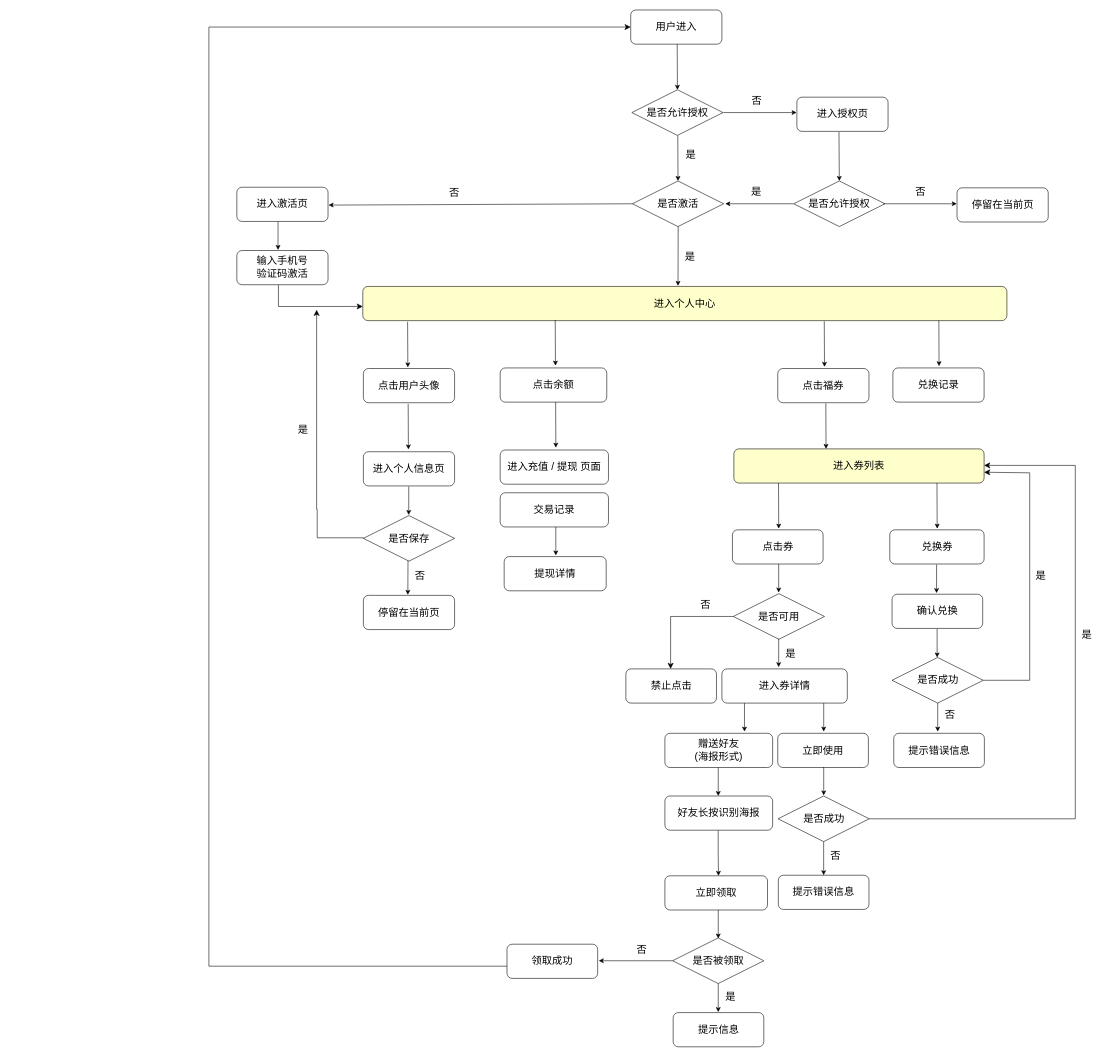
13717135460/vue-admin keeps this draw.io diagram as 未命名绘图.drawio. Above is the earlier version. Source tidied: cells renumbered, new cells numbered last; positions are measured from the earlier drawing's top-left corner, leaving out a move shared by most shapes. Both pictures are drawn from the tidied source at 57%, with x=0, y=0 at pixel (209, 10).
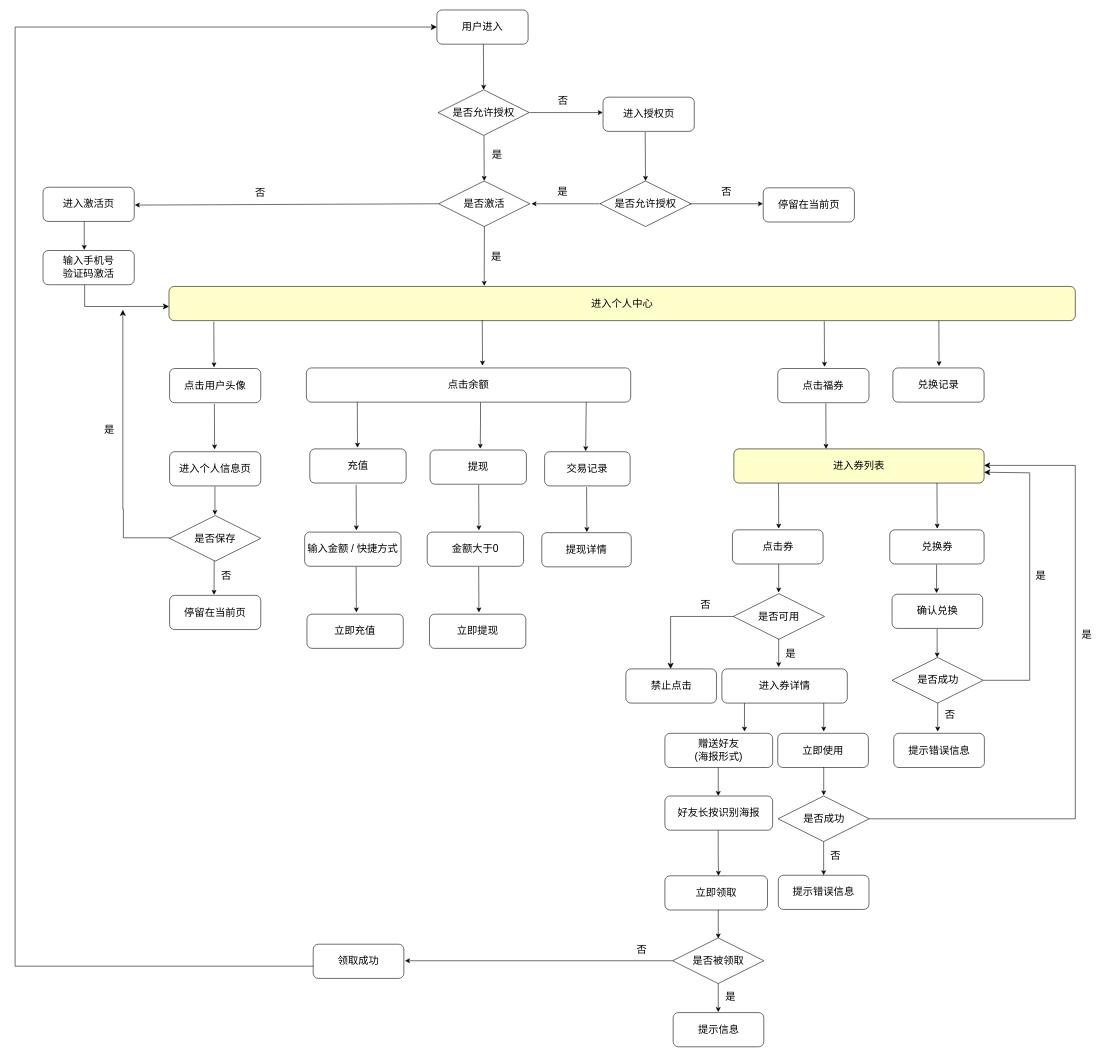
The same page after the edit.

Commit message:
更新未命名绘图.drawio

The change refers to these unchanged cells:
```xml
<mxCell id="88" value="&lt;font style=&quot;font-size: 18px;&quot;&gt;是否被领取&lt;/font&gt;" style="rhombus;whiteSpace=wrap;html=1;" parent="1" vertex="1">
  <mxGeometry x="813.5" y="1628" width="160" height="80" as="geometry" />
</mxCell>
```

Change to the diagram source:
```diff
@@
     <mxCell id="2" value="&lt;font style=&quot;font-size: 18px;&quot;&gt;是否激活&lt;/font&gt;" style="rhombus;whiteSpace=wrap;html=1;" parent="1" vertex="1">
-      <mxGeometry x="743" y="300" width="160" height="80" as="geometry" />
+      <mxGeometry x="403" y="300" width="160" height="80" as="geometry" />
     </mxCell>
     <mxCell id="3" style="endArrow=classic;html=1;rounded=0;" parent="1" edge="1">
       <mxGeometry relative="1" as="geometry">
-        <mxPoint x="823.3" y="380" as="sourcePoint" />
-        <mxPoint x="823" y="484" as="targetPoint" />
+        <mxPoint x="483.3" y="380" as="sourcePoint" />
+        <mxPoint x="483" y="484" as="targetPoint" />
       </mxGeometry>
     </mxCell>
     <mxCell id="4" value="&lt;font style=&quot;font-size: 18px;&quot;&gt;是&lt;/font&gt;" style="text;html=1;align=center;verticalAlign=middle;strokeColor=none;fillColor=none;" parent="1" vertex="1">
-      <mxGeometry x="824" y="413" width="40" height="40" as="geometry" />
+      <mxGeometry x="484" y="413" width="40" height="40" as="geometry" />
     </mxCell>
     <mxCell id="5" style="endArrow=classic;html=1;rounded=0;exitX=0;exitY=0.5;exitDx=0;exitDy=0;" parent="1" edge="1" source="2">
       <mxGeometry relative="1" as="geometry">
-        <mxPoint x="210" y="342.3" as="targetPoint" />
+        <mxPoint x="-130" y="342.3" as="targetPoint" />
       </mxGeometry>
     </mxCell>
     <mxCell id="6" value="&lt;font style=&quot;font-size: 18px;&quot;&gt;否&lt;/font&gt;" style="text;html=1;align=center;verticalAlign=middle;strokeColor=none;fillColor=none;" parent="1" vertex="1">
-      <mxGeometry x="410" y="301" width="40" height="40" as="geometry" />
+      <mxGeometry x="70" y="301" width="40" height="40" as="geometry" />
     </mxCell>
     <mxCell id="7" value="&lt;font style=&quot;font-size: 18px;&quot;&gt;进入个人中心&lt;/font&gt;" style="rounded=1;whiteSpace=wrap;html=1;fillColor=#FFFFCC;" parent="1" vertex="1">
-      <mxGeometry x="270" y="485" width="1130" height="60" as="geometry" />
+      <mxGeometry x="-70" y="485" width="1590" height="60" as="geometry" />
     </mxCell>
     <mxCell id="8" value="&lt;font style=&quot;font-size: 18px;&quot;&gt;进入激活页&lt;/font&gt;" style="rounded=1;whiteSpace=wrap;html=1;" parent="1" vertex="1">
-      <mxGeometry x="49" y="311" width="160" height="60" as="geometry" />
+      <mxGeometry x="-291" y="311" width="160" height="60" as="geometry" />
     </mxCell>
     <mxCell id="9" style="edgeStyle=segmentEdgeStyle;endArrow=classic;html=1;curved=0;rounded=0;endSize=8;startSize=8;entryX=0;entryY=0.586;entryDx=0;entryDy=0;entryPerimeter=0;" parent="1" edge="1" target="7">
       <mxGeometry relative="1" as="geometry">
-        <mxPoint x="122" y="480" as="sourcePoint" />
+        <mxPoint x="-218" y="480" as="sourcePoint" />
         <Array as="points">
-          <mxPoint x="122" y="520" />
+          <mxPoint x="-218" y="520" />
         </Array>
       </mxGeometry>
     </mxCell>
     <mxCell id="10" value="&lt;font style=&quot;font-size: 18px;&quot;&gt;输入手机号&lt;br&gt;验证码激活&lt;br&gt;&lt;/font&gt;" style="rounded=1;whiteSpace=wrap;html=1;" parent="1" vertex="1">
-      <mxGeometry x="49" y="422" width="160" height="60" as="geometry" />
+      <mxGeometry x="-291" y="422" width="160" height="60" as="geometry" />
     </mxCell>
     <mxCell id="11" style="endArrow=classic;html=1;rounded=0;" parent="1" edge="1">
       <mxGeometry relative="1" as="geometry">
-        <mxPoint x="121.3" y="371" as="sourcePoint" />
-        <mxPoint x="121.3" y="421" as="targetPoint" />
+        <mxPoint x="-218.7" y="371" as="sourcePoint" />
+        <mxPoint x="-218.7" y="421" as="targetPoint" />
       </mxGeometry>
     </mxCell>
     <mxCell id="12" style="endArrow=classic;html=1;rounded=0;" parent="1" edge="1">
       <mxGeometry relative="1" as="geometry">
-        <mxPoint x="348.6" y="547" as="sourcePoint" />
-        <mxPoint x="349" y="627" as="targetPoint" />
+        <mxPoint x="8.6" y="547" as="sourcePoint" />
+        <mxPoint x="9" y="627" as="targetPoint" />
       </mxGeometry>
     </mxCell>
     <mxCell id="13" style="endArrow=classic;html=1;rounded=0;" parent="1" edge="1">
       <mxGeometry relative="1" as="geometry">
-        <mxPoint x="822.6" y="220" as="sourcePoint" />
-        <mxPoint x="823" y="300" as="targetPoint" />
+        <mxPoint x="482.6" y="220" as="sourcePoint" />
+        <mxPoint x="483" y="300" as="targetPoint" />
       </mxGeometry>
     </mxCell>
     <mxCell id="14" value="&lt;font style=&quot;font-size: 18px;&quot;&gt;点击用户头像&lt;/font&gt;" style="rounded=1;whiteSpace=wrap;html=1;" parent="1" vertex="1">
-      <mxGeometry x="271" y="629" width="160" height="60" as="geometry" />
+      <mxGeometry x="-69" y="629" width="160" height="60" as="geometry" />
     </mxCell>
     <mxCell id="15" style="endArrow=classic;html=1;rounded=0;" parent="1" edge="1">
       <mxGeometry relative="1" as="geometry">
-        <mxPoint x="349.6" y="691" as="sourcePoint" />
-        <mxPoint x="350" y="771" as="targetPoint" />
+        <mxPoint x="9.6" y="691" as="sourcePoint" />
+        <mxPoint x="10" y="771" as="targetPoint" />
       </mxGeometry>
     </mxCell>
     <mxCell id="16" value="&lt;font style=&quot;font-size: 18px;&quot;&gt;进入个人信息页&lt;/font&gt;" style="rounded=1;whiteSpace=wrap;html=1;" parent="1" vertex="1">
-      <mxGeometry x="271" y="775" width="160" height="60" as="geometry" />
+      <mxGeometry x="-69" y="775" width="160" height="60" as="geometry" />
     </mxCell>
     <mxCell id="17" value="&lt;font style=&quot;font-size: 18px;&quot;&gt;是否保存&lt;/font&gt;" style="rhombus;whiteSpace=wrap;html=1;" parent="1" vertex="1">
-      <mxGeometry x="271" y="887" width="160" height="80" as="geometry" />
+      <mxGeometry x="-69" y="887" width="160" height="80" as="geometry" />
     </mxCell>
     <mxCell id="18" style="endArrow=classic;html=1;rounded=0;" parent="1" edge="1">
       <mxGeometry relative="1" as="geometry">
-        <mxPoint x="350.6" y="836" as="sourcePoint" />
-        <mxPoint x="350.6" y="886" as="targetPoint" />
+        <mxPoint x="10.6" y="836" as="sourcePoint" />
+        <mxPoint x="10.6" y="886" as="targetPoint" />
       </mxGeometry>
     </mxCell>
     <mxCell id="19" style="edgeStyle=segmentEdgeStyle;endArrow=classic;html=1;curved=0;rounded=0;endSize=8;startSize=8;exitX=0;exitY=0.5;exitDx=0;exitDy=0;" parent="1" edge="1" source="17">
       <mxGeometry relative="1" as="geometry">
-        <mxPoint x="189" y="526" as="targetPoint" />
+        <mxPoint x="-151" y="526" as="targetPoint" />
         <Array as="points">
-          <mxPoint x="190" y="926" />
-          <mxPoint x="190" y="876" />
+          <mxPoint x="-150" y="926" />
+          <mxPoint x="-150" y="876" />
         </Array>
       </mxGeometry>
     </mxCell>
     <mxCell id="20" value="&lt;font style=&quot;font-size: 18px;&quot;&gt;是&lt;/font&gt;" style="text;html=1;align=center;verticalAlign=middle;strokeColor=none;fillColor=none;" parent="1" vertex="1">
-      <mxGeometry x="145" y="717" width="40" height="40" as="geometry" />
+      <mxGeometry x="-195" y="717" width="40" height="40" as="geometry" />
     </mxCell>
     <mxCell id="21" style="endArrow=classic;html=1;rounded=0;" parent="1" edge="1">
       <mxGeometry relative="1" as="geometry">
-        <mxPoint x="349.3" y="966" as="sourcePoint" />
-        <mxPoint x="349" y="1026" as="targetPoint" />
+        <mxPoint x="9.3" y="966" as="sourcePoint" />
+        <mxPoint x="9" y="1026" as="targetPoint" />
       </mxGeometry>
     </mxCell>
     <mxCell id="22" value="&lt;font style=&quot;font-size: 18px;&quot;&gt;否&lt;/font&gt;" style="text;html=1;align=center;verticalAlign=middle;strokeColor=none;fillColor=none;" parent="1" vertex="1">
-      <mxGeometry x="350" y="973" width="40" height="40" as="geometry" />
+      <mxGeometry x="10" y="973" width="40" height="40" as="geometry" />
     </mxCell>
     <mxCell id="23" value="&lt;font style=&quot;font-size: 18px;&quot;&gt;停留在当前页&lt;/font&gt;" style="rounded=1;whiteSpace=wrap;html=1;" parent="1" vertex="1">
-      <mxGeometry x="271" y="1027" width="160" height="60" as="geometry" />
+      <mxGeometry x="-69" y="1027" width="160" height="60" as="geometry" />
     </mxCell>
     <mxCell id="24" style="endArrow=classic;html=1;rounded=0;" parent="1" edge="1">
       <mxGeometry relative="1" as="geometry">
-        <mxPoint x="607.6" y="544" as="sourcePoint" />
-        <mxPoint x="608" y="624" as="targetPoint" />
+        <mxPoint x="479.6" y="544" as="sourcePoint" />
+        <mxPoint x="480" y="624" as="targetPoint" />
       </mxGeometry>
     </mxCell>
+    <mxCell id="96" style="edgeStyle=orthogonalEdgeStyle;rounded=0;orthogonalLoop=1;jettySize=auto;html=1;entryX=0.509;entryY=-0.036;entryDx=0;entryDy=0;entryPerimeter=0;" parent="1" edge="1">
+      <mxGeometry relative="1" as="geometry">
+        <mxPoint x="476.5" y="688" as="sourcePoint" />
+        <mxPoint x="476" y="769.8" as="targetPoint" />
+        <Array as="points">
+          <mxPoint x="477" y="726" />
+          <mxPoint x="476" y="726" />
+        </Array>
+      </mxGeometry>
+    </mxCell>
     <mxCell id="25" value="&lt;font style=&quot;font-size: 18px;&quot;&gt;点击余额&lt;/font&gt;" style="rounded=1;whiteSpace=wrap;html=1;" parent="1" vertex="1">
-      <mxGeometry x="511" y="628" width="187" height="60" as="geometry" />
+      <mxGeometry x="171" y="628" width="569" height="60" as="geometry" />
     </mxCell>
@@
     <mxCell id="28" style="endArrow=classic;html=1;rounded=0;" parent="1" edge="1">
       <mxGeometry relative="1" as="geometry">
-        <mxPoint x="608.3" y="688" as="sourcePoint" />
-        <mxPoint x="608.7" y="768" as="targetPoint" />
+        <mxPoint x="260.3" y="688" as="sourcePoint" />
+        <mxPoint x="260.7" y="768" as="targetPoint" />
       </mxGeometry>
     </mxCell>
-    <mxCell id="29" value="&lt;font style=&quot;font-size: 18px;&quot;&gt;进入充值 / 提现 页面&lt;/font&gt;" style="rounded=1;whiteSpace=wrap;html=1;" parent="1" vertex="1">
-      <mxGeometry x="511" y="772" width="190" height="60" as="geometry" />
-    </mxCell>
     <mxCell id="30" value="&lt;font style=&quot;font-size: 18px;&quot;&gt;交易记录&lt;/font&gt;" style="rounded=1;whiteSpace=wrap;html=1;" parent="1" vertex="1">
-      <mxGeometry x="511" y="847" width="190" height="60" as="geometry" />
+      <mxGeometry x="589" y="775" width="150" height="60" as="geometry" />
     </mxCell>
@@
     <mxCell id="65" value="&lt;font style=&quot;font-size: 18px;&quot;&gt;提现详情&lt;/font&gt;" style="rounded=1;whiteSpace=wrap;html=1;" parent="1" vertex="1">
-      <mxGeometry x="518" y="959" width="179" height="60" as="geometry" />
+      <mxGeometry x="584" y="917" width="157" height="60" as="geometry" />
     </mxCell>
     <mxCell id="66" style="endArrow=classic;html=1;rounded=0;" parent="1" edge="1">
       <mxGeometry relative="1" as="geometry">
-        <mxPoint x="608.6" y="907" as="sourcePoint" />
-        <mxPoint x="608.6" y="957" as="targetPoint" />
+        <mxPoint x="662.6" y="837" as="sourcePoint" />
+        <mxPoint x="663" y="916" as="targetPoint" />
       </mxGeometry>
     </mxCell>
     <mxCell id="67" value="&lt;font style=&quot;font-size: 18px;&quot;&gt;用户进入&lt;/font&gt;" style="rounded=1;whiteSpace=wrap;html=1;" parent="1" vertex="1">
-      <mxGeometry x="740" width="160" height="60" as="geometry" />
+      <mxGeometry x="400" width="160" height="60" as="geometry" />
     </mxCell>
     <mxCell id="68" value="&lt;font style=&quot;font-size: 18px;&quot;&gt;是否允许授权&lt;/font&gt;" style="rhombus;whiteSpace=wrap;html=1;" parent="1" vertex="1">
-      <mxGeometry x="742" y="140" width="160" height="80" as="geometry" />
+      <mxGeometry x="402" y="140" width="160" height="80" as="geometry" />
     </mxCell>
     <mxCell id="69" style="endArrow=classic;html=1;rounded=0;" parent="1" edge="1">
       <mxGeometry relative="1" as="geometry">
-        <mxPoint x="821.6" y="60" as="sourcePoint" />
-        <mxPoint x="822" y="140" as="targetPoint" />
+        <mxPoint x="481.6" y="60" as="sourcePoint" />
+        <mxPoint x="482" y="140" as="targetPoint" />
       </mxGeometry>
     </mxCell>
     <mxCell id="70" style="endArrow=classic;html=1;rounded=0;exitX=0;exitY=0.507;exitDx=0;exitDy=0;exitPerimeter=0;" parent="1" edge="1">
       <mxGeometry relative="1" as="geometry">
-        <mxPoint x="902.5" y="180" as="sourcePoint" />
-        <mxPoint x="1031" y="180" as="targetPoint" />
+        <mxPoint x="562.5" y="180" as="sourcePoint" />
+        <mxPoint x="691" y="180" as="targetPoint" />
       </mxGeometry>
     </mxCell>
     <mxCell id="71" value="&lt;font style=&quot;font-size: 18px;&quot;&gt;否&lt;/font&gt;" style="text;html=1;align=center;verticalAlign=middle;strokeColor=none;fillColor=none;" parent="1" vertex="1">
-      <mxGeometry x="941" y="140" width="40" height="40" as="geometry" />
+      <mxGeometry x="601" y="140" width="40" height="40" as="geometry" />
     </mxCell>
     <mxCell id="72" value="&lt;font style=&quot;font-size: 18px;&quot;&gt;进入授权页&lt;/font&gt;" style="rounded=1;whiteSpace=wrap;html=1;" parent="1" vertex="1">
-      <mxGeometry x="1031.5" y="153" width="160" height="60" as="geometry" />
+      <mxGeometry x="691.5" y="153" width="160" height="60" as="geometry" />
     </mxCell>
     <mxCell id="73" value="&lt;font style=&quot;font-size: 18px;&quot;&gt;是&lt;/font&gt;" style="text;html=1;align=center;verticalAlign=middle;strokeColor=none;fillColor=none;" parent="1" vertex="1">
-      <mxGeometry x="825" y="235" width="40" height="40" as="geometry" />
+      <mxGeometry x="485" y="235" width="40" height="40" as="geometry" />
     </mxCell>
     <mxCell id="74" value="&lt;font style=&quot;font-size: 18px;&quot;&gt;是否允许授权&lt;/font&gt;" style="rhombus;whiteSpace=wrap;html=1;" parent="1" vertex="1">
-      <mxGeometry x="1026" y="300" width="160" height="80" as="geometry" />
+      <mxGeometry x="686" y="300" width="160" height="80" as="geometry" />
     </mxCell>
     <mxCell id="75" style="endArrow=classic;html=1;rounded=0;exitX=0.487;exitY=1.001;exitDx=0;exitDy=0;exitPerimeter=0;" parent="1" edge="1">
       <mxGeometry relative="1" as="geometry">
-        <mxPoint x="1105.4" y="214.1" as="sourcePoint" />
-        <mxPoint x="1106" y="300" as="targetPoint" />
+        <mxPoint x="765.4" y="214.1" as="sourcePoint" />
+        <mxPoint x="766" y="300" as="targetPoint" />
       </mxGeometry>
     </mxCell>
     <mxCell id="76" style="endArrow=classic;html=1;rounded=0;exitX=0;exitY=0.507;exitDx=0;exitDy=0;exitPerimeter=0;" parent="1" edge="1">
       <mxGeometry relative="1" as="geometry">
-        <mxPoint x="1025.5" y="340" as="sourcePoint" />
-        <mxPoint x="906" y="340" as="targetPoint" />
+        <mxPoint x="685.5" y="340" as="sourcePoint" />
+        <mxPoint x="566" y="340" as="targetPoint" />
       </mxGeometry>
     </mxCell>
     <mxCell id="77" value="&lt;font style=&quot;font-size: 18px;&quot;&gt;是&lt;/font&gt;" style="text;html=1;align=center;verticalAlign=middle;strokeColor=none;fillColor=none;" parent="1" vertex="1">
-      <mxGeometry x="940" y="299" width="40" height="40" as="geometry" />
+      <mxGeometry x="600" y="299" width="40" height="40" as="geometry" />
     </mxCell>
     <mxCell id="78" value="&lt;font style=&quot;font-size: 18px;&quot;&gt;否&lt;/font&gt;" style="text;html=1;align=center;verticalAlign=middle;strokeColor=none;fillColor=none;" parent="1" vertex="1">
-      <mxGeometry x="1228" y="299" width="40" height="40" as="geometry" />
+      <mxGeometry x="888" y="299" width="40" height="40" as="geometry" />
     </mxCell>
     <mxCell id="79" style="endArrow=classic;html=1;rounded=0;exitX=0;exitY=0.507;exitDx=0;exitDy=0;exitPerimeter=0;" parent="1" edge="1">
       <mxGeometry relative="1" as="geometry">
-        <mxPoint x="1183.5" y="340" as="sourcePoint" />
-        <mxPoint x="1312" y="340" as="targetPoint" />
+        <mxPoint x="843.5" y="340" as="sourcePoint" />
+        <mxPoint x="972" y="340" as="targetPoint" />
       </mxGeometry>
     </mxCell>
     <mxCell id="80" value="&lt;font style=&quot;font-size: 18px;&quot;&gt;停留在当前页&lt;/font&gt;" style="rounded=1;whiteSpace=wrap;html=1;" parent="1" vertex="1">
-      <mxGeometry x="1312.5" y="312" width="160" height="60" as="geometry" />
+      <mxGeometry x="972.5" y="312" width="160" height="60" as="geometry" />
     </mxCell>
@@
     <mxCell id="87" style="edgeStyle=orthogonalEdgeStyle;rounded=0;jettySize=auto;html=1;" parent="1" edge="1" source="88">
       <mxGeometry relative="1" as="geometry">
-        <mxPoint x="684" y="1668" as="targetPoint" />
+        <mxPoint x="344" y="1668" as="targetPoint" />
       </mxGeometry>
     </mxCell>
@@
     <mxCell id="94" value="&lt;font style=&quot;font-size: 18px;&quot;&gt;领取成功&lt;/font&gt;" style="rounded=1;whiteSpace=wrap;html=1;" parent="1" vertex="1">
-      <mxGeometry x="523" y="1639" width="159" height="60" as="geometry" />
+      <mxGeometry x="183" y="1639" width="159" height="60" as="geometry" />
     </mxCell>
     <mxCell id="95" style="edgeStyle=elbowEdgeStyle;elbow=horizontal;endArrow=classic;html=1;curved=0;rounded=0;endSize=8;startSize=8;entryX=0;entryY=0.5;entryDx=0;entryDy=0;exitX=0;exitY=0.643;exitDx=0;exitDy=0;exitPerimeter=0;" parent="1" edge="1" source="94" target="67">
       <mxGeometry relative="1" as="geometry">
         <Array as="points">
-          <mxPoint y="836" />
+          <mxPoint x="-340" y="836" />
         </Array>
       </mxGeometry>
     </mxCell>
+    <mxCell id="97" value="&lt;font style=&quot;font-size: 18px;&quot;&gt;提现&lt;/font&gt;" style="rounded=1;whiteSpace=wrap;html=1;" parent="1" vertex="1">
+      <mxGeometry x="388" y="772" width="169" height="60" as="geometry" />
+    </mxCell>
+    <mxCell id="98" value="&lt;font style=&quot;font-size: 18px;&quot;&gt;充值&lt;br&gt;&lt;/font&gt;" style="rounded=1;whiteSpace=wrap;html=1;" parent="1" vertex="1">
+      <mxGeometry x="177" y="770" width="169" height="60" as="geometry" />
+    </mxCell>
+    <mxCell id="99" style="edgeStyle=orthogonalEdgeStyle;rounded=0;orthogonalLoop=1;jettySize=auto;html=1;entryX=0.432;entryY=0.038;entryDx=0;entryDy=0;entryPerimeter=0;" parent="1" edge="1">
+      <mxGeometry relative="1" as="geometry">
+        <mxPoint x="662" y="688" as="sourcePoint" />
+        <mxPoint x="661" y="774" as="targetPoint" />
+        <Array as="points">
+          <mxPoint x="662" y="774" />
+        </Array>
+      </mxGeometry>
+    </mxCell>
+    <mxCell id="100" style="endArrow=classic;html=1;rounded=0;" parent="1" edge="1">
+      <mxGeometry relative="1" as="geometry">
+        <mxPoint x="258.3" y="833" as="sourcePoint" />
+        <mxPoint x="258.7" y="913" as="targetPoint" />
+      </mxGeometry>
+    </mxCell>
+    <mxCell id="101" value="&lt;font style=&quot;font-size: 18px;&quot;&gt;输入金额 / 快捷方式&lt;br&gt;&lt;/font&gt;" style="rounded=1;whiteSpace=wrap;html=1;" parent="1" vertex="1">
+      <mxGeometry x="168" y="916" width="169" height="60" as="geometry" />
+    </mxCell>
+    <mxCell id="102" style="endArrow=classic;html=1;rounded=0;" parent="1" edge="1">
+      <mxGeometry relative="1" as="geometry">
+        <mxPoint x="258.3" y="977" as="sourcePoint" />
+        <mxPoint x="258.7" y="1057" as="targetPoint" />
+      </mxGeometry>
+    </mxCell>
+    <mxCell id="103" value="&lt;font style=&quot;font-size: 18px;&quot;&gt;立即充值&lt;br&gt;&lt;/font&gt;" style="rounded=1;whiteSpace=wrap;html=1;" parent="1" vertex="1">
+      <mxGeometry x="172" y="1060" width="169" height="60" as="geometry" />
+    </mxCell>
+    <mxCell id="104" style="endArrow=classic;html=1;rounded=0;" parent="1" edge="1">
+      <mxGeometry relative="1" as="geometry">
+        <mxPoint x="473.3" y="833" as="sourcePoint" />
+        <mxPoint x="473.7" y="913" as="targetPoint" />
+      </mxGeometry>
+    </mxCell>
+    <mxCell id="105" value="&lt;font style=&quot;font-size: 18px;&quot;&gt;金额大于0&lt;br&gt;&lt;/font&gt;" style="rounded=1;whiteSpace=wrap;html=1;" parent="1" vertex="1">
+      <mxGeometry x="383" y="916" width="169" height="60" as="geometry" />
+    </mxCell>
+    <mxCell id="106" style="endArrow=classic;html=1;rounded=0;" parent="1" edge="1">
+      <mxGeometry relative="1" as="geometry">
+        <mxPoint x="473.3" y="977" as="sourcePoint" />
+        <mxPoint x="473.7" y="1057" as="targetPoint" />
+      </mxGeometry>
+    </mxCell>
+    <mxCell id="107" value="&lt;font style=&quot;font-size: 18px;&quot;&gt;立即提现&lt;br&gt;&lt;/font&gt;" style="rounded=1;whiteSpace=wrap;html=1;" parent="1" vertex="1">
+      <mxGeometry x="387" y="1060" width="169" height="60" as="geometry" />
+    </mxCell>
```
